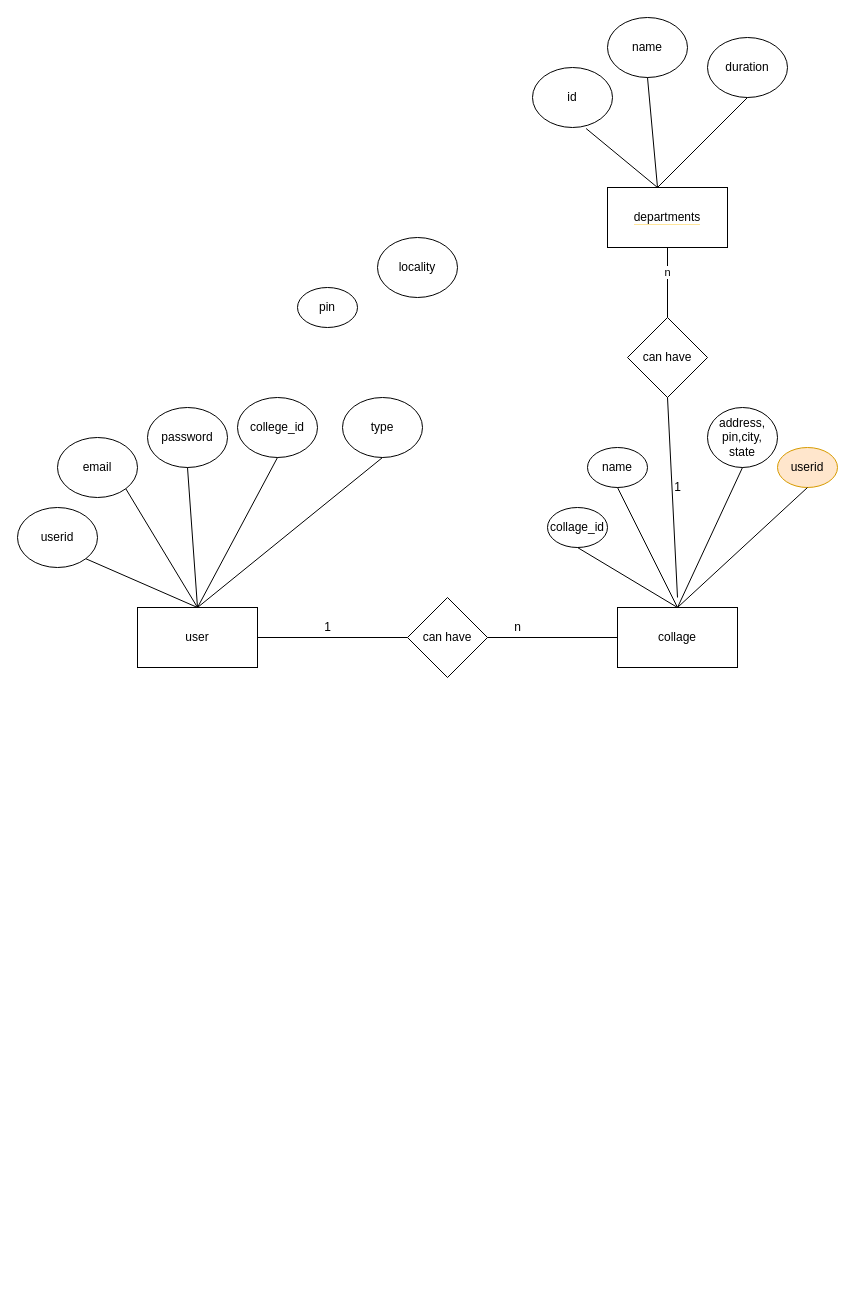
The draw.io diagram First Diagram.drawio in hipradeep/daigrams, before the edit. Source tidied: cells renumbered, new cells numbered last; positions are measured from the earlier drawing's top-left corner, leaving out a move shared by most shapes. Both pictures are drawn from the tidied source at 100%, with x=0, y=0 at pixel (17, 17).
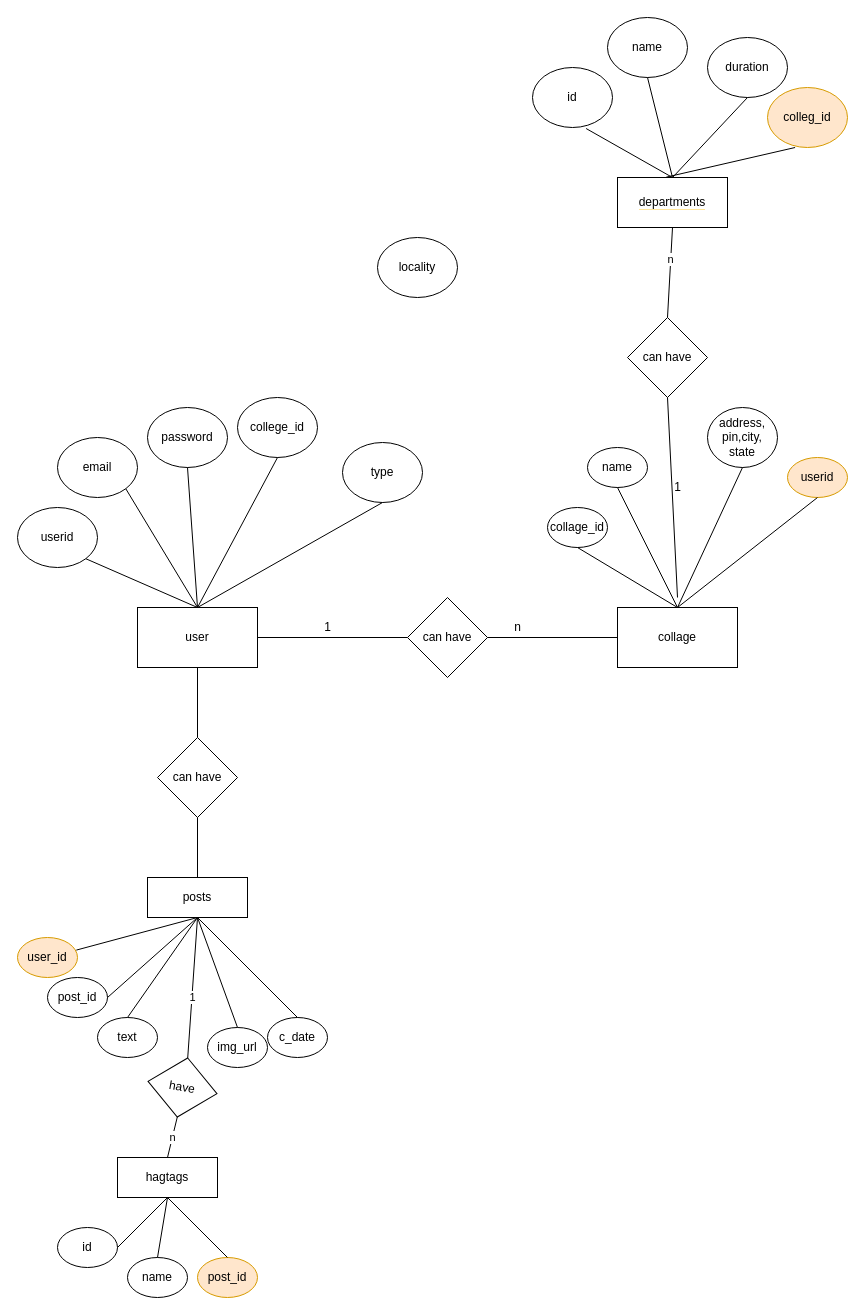
Above is the later version.

Unchanged cells that the change refers to:
```xml
<mxCell id="2" value="user" style="rounded=0;whiteSpace=wrap;html=1;" parent="1" vertex="1">
  <mxGeometry x="120" y="590" width="120" height="60" as="geometry" />
</mxCell>
<mxCell id="19" value="name" style="ellipse;whiteSpace=wrap;html=1;" parent="1" vertex="1">
  <mxGeometry x="590" width="80" height="60" as="geometry" />
</mxCell>
<mxCell id="20" value="duration" style="ellipse;whiteSpace=wrap;html=1;" parent="1" vertex="1">
  <mxGeometry x="690" y="20" width="80" height="60" as="geometry" />
</mxCell>
<mxCell id="22" value="id" style="ellipse;whiteSpace=wrap;html=1;" parent="1" vertex="1">
  <mxGeometry x="515" y="50" width="80" height="60" as="geometry" />
</mxCell>
```

Change to the diagram source:
```diff
@@
     <mxCell id="7" value="type" style="ellipse;whiteSpace=wrap;html=1;" parent="1" vertex="1">
-      <mxGeometry x="325" y="380" width="80" height="60" as="geometry" />
+      <mxGeometry x="325" y="425" width="80" height="60" as="geometry" />
     </mxCell>
@@
     <mxCell id="17" value="userid" style="ellipse;whiteSpace=wrap;html=1;fillColor=#ffe6cc;strokeColor=#d79b00;" parent="1" vertex="1">
-      <mxGeometry x="760" y="430" width="60" height="40" as="geometry" />
+      <mxGeometry x="770" y="440" width="60" height="40" as="geometry" />
     </mxCell>
@@
-    <mxCell id="26" value="pin" style="ellipse;whiteSpace=wrap;html=1;" parent="1" vertex="1">
-      <mxGeometry x="280" y="270" width="60" height="40" as="geometry" />
+    <mxCell id="26" value="post_id" style="ellipse;whiteSpace=wrap;html=1;" parent="1" vertex="1">
+      <mxGeometry x="30" y="960" width="60" height="40" as="geometry" />
     </mxCell>
@@
     <mxCell id="32" value="&lt;span style=&quot;background-color: rgb(255, 255, 255);&quot;&gt;departments&lt;/span&gt;" style="rounded=0;whiteSpace=wrap;html=1;labelBackgroundColor=#FFE599;" parent="1" vertex="1">
-      <mxGeometry x="590" y="170" width="120" height="60" as="geometry" />
+      <mxGeometry x="600" y="160" width="110" height="50" as="geometry" />
     </mxCell>
-    <mxCell id="33" style="endArrow=none;html=1;rounded=0;entryX=0.67;entryY=1.017;entryDx=0;entryDy=0;entryPerimeter=0;" parent="1" edge="1" target="22">
-      <mxGeometry relative="1" as="geometry">
-        <mxPoint x="640" y="170" as="sourcePoint" />
-      </mxGeometry>
+    <mxCell id="33" style="endArrow=none;html=1;rounded=0;entryX=0.67;entryY=1.017;entryDx=0;entryDy=0;entryPerimeter=0;exitX=0.5;exitY=0;exitDx=0;exitDy=0;" parent="1" edge="1" source="32" target="22">
+      <mxGeometry relative="1" as="geometry" />
     </mxCell>
-    <mxCell id="34" style="endArrow=none;html=1;rounded=0;entryX=0.5;entryY=1;entryDx=0;entryDy=0;" parent="1" edge="1" target="19">
-      <mxGeometry relative="1" as="geometry">
-        <mxPoint x="640" y="170" as="sourcePoint" />
-      </mxGeometry>
+    <mxCell id="34" style="endArrow=none;html=1;rounded=0;entryX=0.5;entryY=1;entryDx=0;entryDy=0;exitX=0.5;exitY=0;exitDx=0;exitDy=0;" parent="1" edge="1" source="32" target="19">
+      <mxGeometry relative="1" as="geometry" />
     </mxCell>
-    <mxCell id="35" style="endArrow=none;html=1;rounded=0;entryX=0.5;entryY=1;entryDx=0;entryDy=0;" parent="1" edge="1" target="20">
-      <mxGeometry relative="1" as="geometry">
-        <mxPoint x="640" y="170" as="sourcePoint" />
-      </mxGeometry>
+    <mxCell id="35" style="endArrow=none;html=1;rounded=0;entryX=0.5;entryY=1;entryDx=0;entryDy=0;exitX=0.5;exitY=0;exitDx=0;exitDy=0;" parent="1" edge="1" source="32" target="20">
+      <mxGeometry relative="1" as="geometry" />
     </mxCell>
@@
+    <mxCell id="41" value="posts" style="rounded=0;whiteSpace=wrap;html=1;" parent="1" vertex="1">
+      <mxGeometry x="130" y="860" width="100" height="40" as="geometry" />
+    </mxCell>
+    <mxCell id="42" style="endArrow=none;html=1;rounded=0;exitX=1;exitY=0.5;exitDx=0;exitDy=0;entryX=0.5;entryY=1;entryDx=0;entryDy=0;" parent="1" edge="1" source="26" target="41">
+      <mxGeometry relative="1" as="geometry" />
+    </mxCell>
+    <mxCell id="43" value="text" style="ellipse;whiteSpace=wrap;html=1;" parent="1" vertex="1">
+      <mxGeometry x="80" y="1000" width="60" height="40" as="geometry" />
+    </mxCell>
+    <mxCell id="44" value="img_url" style="ellipse;whiteSpace=wrap;html=1;" parent="1" vertex="1">
+      <mxGeometry x="190" y="1010" width="60" height="40" as="geometry" />
+    </mxCell>
+    <mxCell id="45" value="c_date" style="ellipse;whiteSpace=wrap;html=1;" parent="1" vertex="1">
+      <mxGeometry x="250" y="1000" width="60" height="40" as="geometry" />
+    </mxCell>
+    <mxCell id="46" style="endArrow=none;html=1;rounded=0;exitX=0.5;exitY=0;exitDx=0;exitDy=0;entryX=0.5;entryY=1;entryDx=0;entryDy=0;" parent="1" edge="1" source="43" target="41">
+      <mxGeometry relative="1" as="geometry" />
+    </mxCell>
+    <mxCell id="47" style="endArrow=none;html=1;rounded=0;exitX=0.5;exitY=0;exitDx=0;exitDy=0;entryX=0.5;entryY=1;entryDx=0;entryDy=0;" parent="1" edge="1" source="44" target="41">
+      <mxGeometry relative="1" as="geometry" />
+    </mxCell>
+    <mxCell id="48" value="hagtags" style="rounded=0;whiteSpace=wrap;html=1;" parent="1" vertex="1">
+      <mxGeometry x="100" y="1140" width="100" height="40" as="geometry" />
+    </mxCell>
+    <mxCell id="49" value="id" style="ellipse;whiteSpace=wrap;html=1;" parent="1" vertex="1">
+      <mxGeometry x="40" y="1210" width="60" height="40" as="geometry" />
+    </mxCell>
+    <mxCell id="50" value="name" style="ellipse;whiteSpace=wrap;html=1;" parent="1" vertex="1">
+      <mxGeometry x="110" y="1240" width="60" height="40" as="geometry" />
+    </mxCell>
+    <mxCell id="51" style="endArrow=none;html=1;rounded=0;exitX=0.5;exitY=0;exitDx=0;exitDy=0;entryX=0.5;entryY=1;entryDx=0;entryDy=0;" parent="1" edge="1" source="50" target="48">
+      <mxGeometry relative="1" as="geometry" />
+    </mxCell>
+    <mxCell id="52" style="endArrow=none;html=1;rounded=0;exitX=1;exitY=0.5;exitDx=0;exitDy=0;entryX=0.5;entryY=1;entryDx=0;entryDy=0;" parent="1" edge="1" source="49" target="48">
+      <mxGeometry relative="1" as="geometry" />
+    </mxCell>
+    <mxCell id="53" value="have" style="rhombus;whiteSpace=wrap;html=1;rotation=10;" parent="1" vertex="1">
+      <mxGeometry x="130" y="1040" width="70" height="60" as="geometry" />
+    </mxCell>
+    <mxCell id="54" style="endArrow=none;html=1;rounded=0;exitX=0.5;exitY=0;exitDx=0;exitDy=0;entryX=0.5;entryY=1;entryDx=0;entryDy=0;" parent="1" edge="1" source="53" target="41">
+      <mxGeometry relative="1" as="geometry" />
+    </mxCell>
+    <mxCell id="55" value="1" style="edgeLabel;html=1;align=center;verticalAlign=middle;" parent="54" vertex="1">
+      <mxGeometry x="-0.14" relative="1" as="geometry" />
+    </mxCell>
+    <mxCell id="56" value="n" style="endArrow=none;html=1;rounded=0;exitX=0.5;exitY=0;exitDx=0;exitDy=0;entryX=0.5;entryY=1;entryDx=0;entryDy=0;" parent="1" edge="1" source="48" target="53">
+      <mxGeometry relative="1" as="geometry" />
+    </mxCell>
+    <mxCell id="57" style="endArrow=none;html=1;rounded=0;exitX=0.5;exitY=0;exitDx=0;exitDy=0;entryX=0.5;entryY=1;entryDx=0;entryDy=0;" parent="1" edge="1" source="45" target="41">
+      <mxGeometry relative="1" as="geometry" />
+    </mxCell>
+    <mxCell id="58" value="can have" style="rhombus;whiteSpace=wrap;html=1;" parent="1" vertex="1">
+      <mxGeometry x="140" y="720" width="80" height="80" as="geometry" />
+    </mxCell>
+    <mxCell id="59" style="endArrow=none;html=1;rounded=0;entryX=0.5;entryY=1;entryDx=0;entryDy=0;" parent="1" edge="1" source="58" target="2">
+      <mxGeometry relative="1" as="geometry" />
+    </mxCell>
+    <mxCell id="60" style="endArrow=none;html=1;rounded=0;exitX=0.5;exitY=1;exitDx=0;exitDy=0;entryX=0.5;entryY=0;entryDx=0;entryDy=0;" parent="1" edge="1" source="58" target="41">
+      <mxGeometry relative="1" as="geometry" />
+    </mxCell>
+    <mxCell id="61" value="user_id" style="ellipse;whiteSpace=wrap;html=1;fillColor=#ffe6cc;strokeColor=#d79b00;" parent="1" vertex="1">
+      <mxGeometry y="920" width="60" height="40" as="geometry" />
+    </mxCell>
+    <mxCell id="62" style="endArrow=none;html=1;rounded=0;exitX=0.98;exitY=0.315;exitDx=0;exitDy=0;exitPerimeter=0;entryX=0.5;entryY=1;entryDx=0;entryDy=0;" parent="1" edge="1" source="61" target="41">
+      <mxGeometry relative="1" as="geometry" />
+    </mxCell>
+    <mxCell id="63" value="colleg_id" style="ellipse;whiteSpace=wrap;html=1;fillColor=#ffe6cc;strokeColor=#d79b00;" parent="1" vertex="1">
+      <mxGeometry x="750" y="70" width="80" height="60" as="geometry" />
+    </mxCell>
+    <mxCell id="64" style="endArrow=none;html=1;rounded=0;entryX=0.345;entryY=1;entryDx=0;entryDy=0;entryPerimeter=0;exitX=0.443;exitY=-0.007;exitDx=0;exitDy=0;exitPerimeter=0;" parent="1" edge="1" source="32" target="63">
+      <mxGeometry relative="1" as="geometry" />
+    </mxCell>
+    <mxCell id="65" value="post_id" style="ellipse;whiteSpace=wrap;html=1;fillColor=#ffe6cc;strokeColor=#d79b00;" parent="1" vertex="1">
+      <mxGeometry x="180" y="1240" width="60" height="40" as="geometry" />
+    </mxCell>
+    <mxCell id="66" style="endArrow=none;html=1;rounded=0;exitX=0.5;exitY=0;exitDx=0;exitDy=0;" parent="1" edge="1" source="65">
+      <mxGeometry relative="1" as="geometry">
+        <mxPoint x="150" y="1180" as="targetPoint" />
+      </mxGeometry>
+    </mxCell>
```
